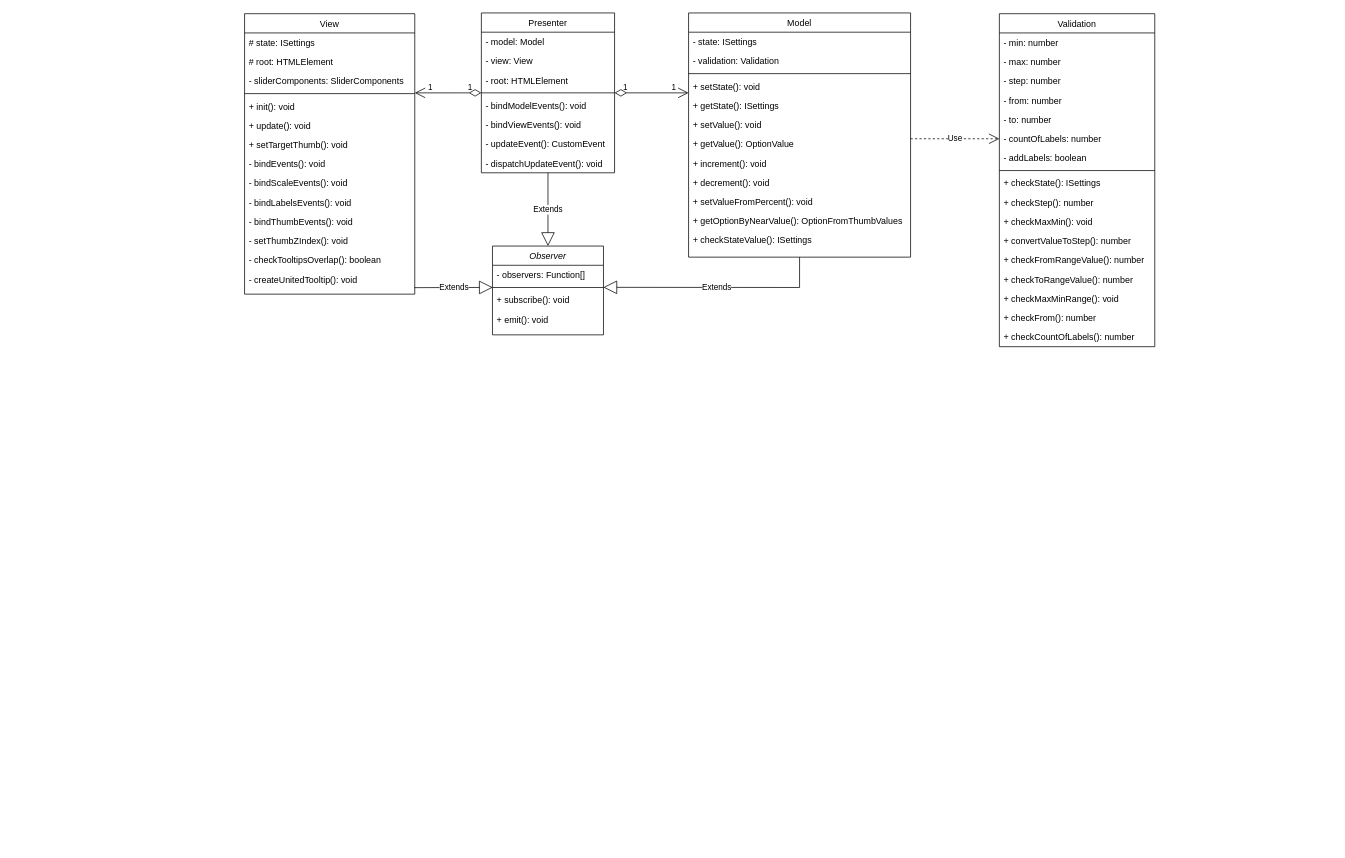
Earlier version of the draw.io diagram slider-plugin.drawio (anvyden/slider-plugin). Source tidied: cells renumbered, new cells numbered last; positions are measured from the earlier drawing's top-left corner, leaving out a move shared by most shapes. Both pictures are drawn from the tidied source at 74%, with x=0, y=0 at pixel (244, 13).
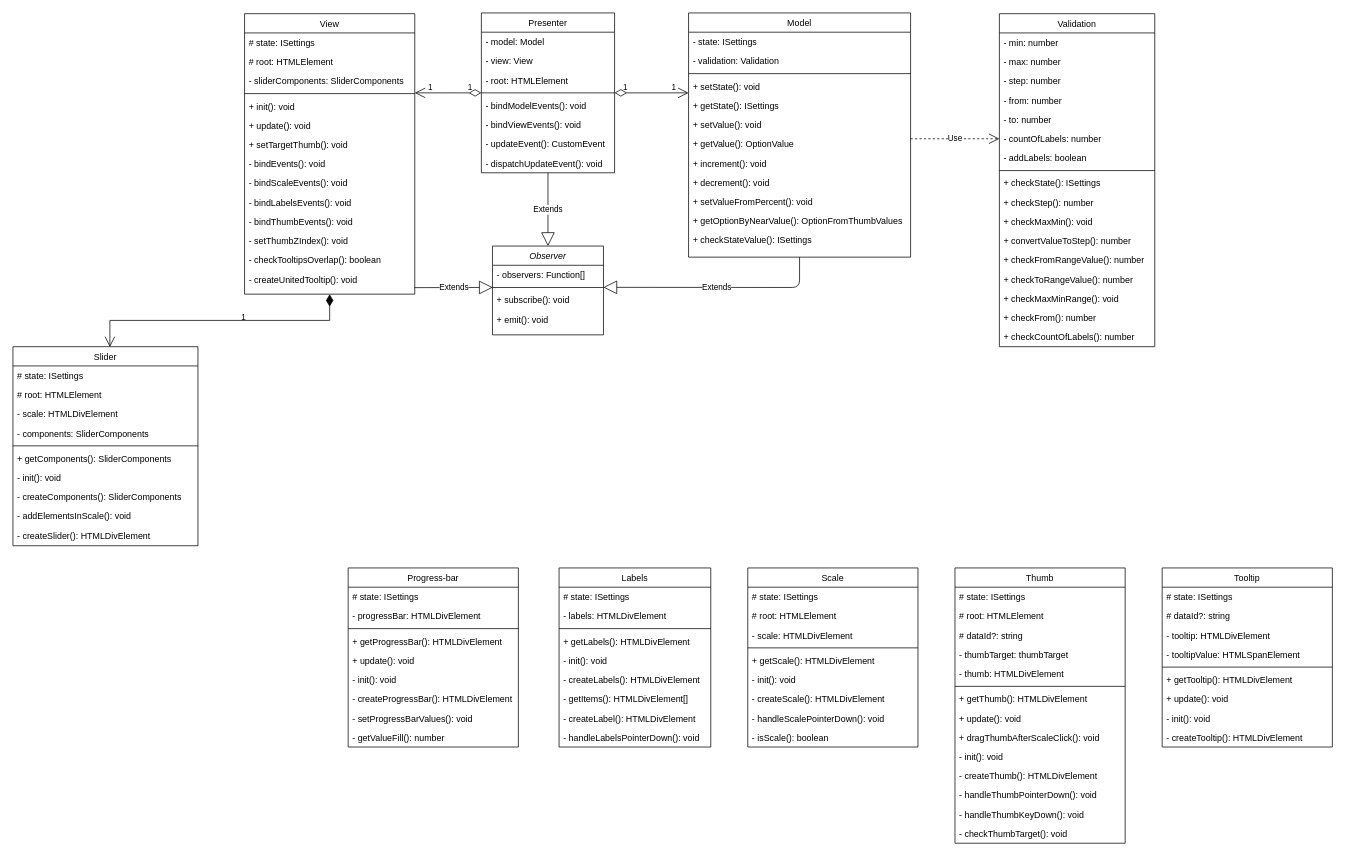
The same diagram, later.

Unchanged cells that the change refers to:
```xml
<mxCell id="13" style="line;html=1;strokeWidth=1;align=left;verticalAlign=middle;spacingTop=-1;spacingLeft=3;spacingRight=3;labelPosition=right;points=[];portConstraint=eastwest;" parent="11" vertex="1">
  <mxGeometry y="52" width="150" height="8" as="geometry" />
</mxCell>
<mxCell id="16" value="Model" style="swimlane;fontStyle=0;align=center;verticalAlign=top;horizontal=1;startSize=26;rounded=0;shadow=0;strokeWidth=1;" parent="1" vertex="1">
  <mxGeometry x="600" width="300" height="330" as="geometry" />
</mxCell>
<mxCell id="52" value="View" style="swimlane;fontStyle=0;align=center;verticalAlign=top;horizontal=1;startSize=26;rounded=0;shadow=0;strokeWidth=1;" parent="1" vertex="1">
  <mxGeometry y="1" width="230" height="379" as="geometry" />
</mxCell>
```

What changed in the source:
```diff
@@
-    <mxCell id="47" value="Extends" style="endArrow=block;endSize=16;endFill=0;html=1;rounded=0;exitX=0.5;exitY=1;exitDx=0;exitDy=0;entryX=0.999;entryY=0.475;entryDx=0;entryDy=0;entryPerimeter=0;" parent="1" edge="1" source="16" target="13">
+    <mxCell id="47" value="Extends" style="endArrow=block;endSize=16;endFill=0;html=1;rounded=1;exitX=0.5;exitY=1;exitDx=0;exitDy=0;entryX=0.999;entryY=0.475;entryDx=0;entryDy=0;entryPerimeter=0;" parent="1" edge="1" source="16" target="13">
       <mxGeometry relative="1" as="geometry">
         <Array as="points">
           <mxPoint x="750" y="371" />
         </Array>
       </mxGeometry>
     </mxCell>
@@
+    <mxCell id="70" value="Slider" style="swimlane;fontStyle=0;align=center;verticalAlign=top;horizontal=1;startSize=26;rounded=0;shadow=0;strokeWidth=1;" parent="1" vertex="1">
+      <mxGeometry x="-313" y="451" width="250" height="269" as="geometry" />
+    </mxCell>
+    <mxCell id="71" value="# state: ISettings" style="text;align=left;verticalAlign=top;spacingLeft=4;spacingRight=4;overflow=hidden;" parent="70" vertex="1">
+      <mxGeometry y="26" width="250" height="26" as="geometry" />
+    </mxCell>
+    <mxCell id="72" value="# root: HTMLElement" style="text;align=left;verticalAlign=top;spacingLeft=4;spacingRight=4;overflow=hidden;rounded=0;shadow=0;html=0;" parent="70" vertex="1">
+      <mxGeometry y="52" width="250" height="26" as="geometry" />
+    </mxCell>
+    <mxCell id="73" value="- scale: HTMLDivElement" style="text;align=left;verticalAlign=top;spacingLeft=4;spacingRight=4;overflow=hidden;rounded=0;shadow=0;html=0;" parent="70" vertex="1">
+      <mxGeometry y="78" width="250" height="26" as="geometry" />
+    </mxCell>
+    <mxCell id="74" value="- components: SliderComponents" style="text;align=left;verticalAlign=top;spacingLeft=4;spacingRight=4;overflow=hidden;rounded=0;shadow=0;html=0;" parent="70" vertex="1">
+      <mxGeometry y="104" width="250" height="26" as="geometry" />
+    </mxCell>
+    <mxCell id="75" style="line;html=1;strokeWidth=1;align=left;verticalAlign=middle;spacingTop=-1;spacingLeft=3;spacingRight=3;labelPosition=right;" parent="70" vertex="1">
+      <mxGeometry y="130" width="250" height="8" as="geometry" />
+    </mxCell>
+    <mxCell id="76" value="+ getComponents(): SliderComponents" style="text;align=left;verticalAlign=top;spacingLeft=4;spacingRight=4;overflow=hidden;" parent="70" vertex="1">
+      <mxGeometry y="138" width="250" height="26" as="geometry" />
+    </mxCell>
+    <mxCell id="77" value="- init(): void" style="text;align=left;verticalAlign=top;spacingLeft=4;spacingRight=4;overflow=hidden;" parent="70" vertex="1">
+      <mxGeometry y="164" width="250" height="26" as="geometry" />
+    </mxCell>
+    <mxCell id="78" value="- createComponents(): SliderComponents" style="text;align=left;verticalAlign=top;spacingLeft=4;spacingRight=4;overflow=hidden;" parent="70" vertex="1">
+      <mxGeometry y="190" width="250" height="26" as="geometry" />
+    </mxCell>
+    <mxCell id="79" value="- addElementsInScale(): void" style="text;align=left;verticalAlign=top;spacingLeft=4;spacingRight=4;overflow=hidden;" parent="70" vertex="1">
+      <mxGeometry y="216" width="250" height="26" as="geometry" />
+    </mxCell>
+    <mxCell id="80" value="- createSlider(): HTMLDivElement" style="text;align=left;verticalAlign=top;spacingLeft=4;spacingRight=4;overflow=hidden;" parent="70" vertex="1">
+      <mxGeometry y="242" width="250" height="26" as="geometry" />
+    </mxCell>
+    <mxCell id="81" value="1" style="endArrow=open;html=1;endSize=12;startArrow=diamondThin;startSize=14;startFill=1;edgeStyle=orthogonalEdgeStyle;align=left;verticalAlign=bottom;rounded=0;labelBackgroundColor=none;labelBorderColor=none;fontColor=default;exitX=0.5;exitY=1;exitDx=0;exitDy=0;entryX=0.524;entryY=0.002;entryDx=0;entryDy=0;entryPerimeter=0;" parent="1" edge="1" source="52" target="70">
+      <mxGeometry x="-0.15" y="5" relative="1" as="geometry" />
+    </mxCell>
+    <mxCell id="82" value="Labels" style="swimlane;fontStyle=0;align=center;verticalAlign=top;horizontal=1;startSize=26;rounded=0;shadow=0;strokeWidth=1;" parent="1" vertex="1">
+      <mxGeometry x="425" y="750" width="205" height="242" as="geometry" />
+    </mxCell>
+    <mxCell id="83" value="# state: ISettings" style="text;align=left;verticalAlign=top;spacingLeft=4;spacingRight=4;overflow=hidden;" parent="82" vertex="1">
+      <mxGeometry y="26" width="205" height="26" as="geometry" />
+    </mxCell>
+    <mxCell id="84" value="- labels: HTMLDivElement" style="text;align=left;verticalAlign=top;spacingLeft=4;spacingRight=4;overflow=hidden;rounded=0;shadow=0;html=0;" parent="82" vertex="1">
+      <mxGeometry y="52" width="205" height="26" as="geometry" />
+    </mxCell>
+    <mxCell id="85" style="line;html=1;strokeWidth=1;align=left;verticalAlign=middle;spacingTop=-1;spacingLeft=3;spacingRight=3;labelPosition=right;" parent="82" vertex="1">
+      <mxGeometry y="78" width="205" height="8" as="geometry" />
+    </mxCell>
+    <mxCell id="86" value="+ getLabels(): HTMLDivElement" style="text;align=left;verticalAlign=top;spacingLeft=4;spacingRight=4;overflow=hidden;" parent="82" vertex="1">
+      <mxGeometry y="86" width="205" height="26" as="geometry" />
+    </mxCell>
+    <mxCell id="87" value="- init(): void" style="text;align=left;verticalAlign=top;spacingLeft=4;spacingRight=4;overflow=hidden;" parent="82" vertex="1">
+      <mxGeometry y="112" width="205" height="26" as="geometry" />
+    </mxCell>
+    <mxCell id="88" value="- createLabels(): HTMLDivElement" style="text;align=left;verticalAlign=top;spacingLeft=4;spacingRight=4;overflow=hidden;" parent="82" vertex="1">
+      <mxGeometry y="138" width="205" height="26" as="geometry" />
+    </mxCell>
+    <mxCell id="89" value="- getItems(): HTMLDivElement[]" style="text;align=left;verticalAlign=top;spacingLeft=4;spacingRight=4;overflow=hidden;" parent="82" vertex="1">
+      <mxGeometry y="164" width="205" height="26" as="geometry" />
+    </mxCell>
+    <mxCell id="90" value="- createLabel(): HTMLDivElement" style="text;align=left;verticalAlign=top;spacingLeft=4;spacingRight=4;overflow=hidden;" parent="82" vertex="1">
+      <mxGeometry y="190" width="205" height="26" as="geometry" />
+    </mxCell>
+    <mxCell id="91" value="- handleLabelsPointerDown(): void" style="text;align=left;verticalAlign=top;spacingLeft=4;spacingRight=4;overflow=hidden;" parent="82" vertex="1">
+      <mxGeometry y="216" width="205" height="26" as="geometry" />
+    </mxCell>
+    <mxCell id="92" value="Progress-bar" style="swimlane;fontStyle=0;align=center;verticalAlign=top;horizontal=1;startSize=26;rounded=0;shadow=0;strokeWidth=1;" parent="1" vertex="1">
+      <mxGeometry x="140" y="750" width="230" height="242" as="geometry" />
+    </mxCell>
+    <mxCell id="93" value="# state: ISettings" style="text;align=left;verticalAlign=top;spacingLeft=4;spacingRight=4;overflow=hidden;" parent="92" vertex="1">
+      <mxGeometry y="26" width="230" height="26" as="geometry" />
+    </mxCell>
+    <mxCell id="94" value="- progressBar: HTMLDivElement" style="text;align=left;verticalAlign=top;spacingLeft=4;spacingRight=4;overflow=hidden;rounded=0;shadow=0;html=0;" parent="92" vertex="1">
+      <mxGeometry y="52" width="230" height="26" as="geometry" />
+    </mxCell>
+    <mxCell id="95" style="line;html=1;strokeWidth=1;align=left;verticalAlign=middle;spacingTop=-1;spacingLeft=3;spacingRight=3;labelPosition=right;" parent="92" vertex="1">
+      <mxGeometry y="78" width="230" height="8" as="geometry" />
+    </mxCell>
+    <mxCell id="96" value="+ getProgressBar(): HTMLDivElement" style="text;align=left;verticalAlign=top;spacingLeft=4;spacingRight=4;overflow=hidden;" parent="92" vertex="1">
+      <mxGeometry y="86" width="230" height="26" as="geometry" />
+    </mxCell>
+    <mxCell id="97" value="+ update(): void" style="text;align=left;verticalAlign=top;spacingLeft=4;spacingRight=4;overflow=hidden;" parent="92" vertex="1">
+      <mxGeometry y="112" width="230" height="26" as="geometry" />
+    </mxCell>
+    <mxCell id="98" value="- init(): void" style="text;align=left;verticalAlign=top;spacingLeft=4;spacingRight=4;overflow=hidden;" parent="92" vertex="1">
+      <mxGeometry y="138" width="230" height="26" as="geometry" />
+    </mxCell>
+    <mxCell id="99" value="- createProgressBar(): HTMLDivElement" style="text;align=left;verticalAlign=top;spacingLeft=4;spacingRight=4;overflow=hidden;" parent="92" vertex="1">
+      <mxGeometry y="164" width="230" height="26" as="geometry" />
+    </mxCell>
+    <mxCell id="100" value="- setProgressBarValues(): void" style="text;align=left;verticalAlign=top;spacingLeft=4;spacingRight=4;overflow=hidden;" parent="92" vertex="1">
+      <mxGeometry y="190" width="230" height="26" as="geometry" />
+    </mxCell>
+    <mxCell id="101" value="- getValueFill(): number" style="text;align=left;verticalAlign=top;spacingLeft=4;spacingRight=4;overflow=hidden;" parent="92" vertex="1">
+      <mxGeometry y="216" width="230" height="26" as="geometry" />
+    </mxCell>
+    <mxCell id="102" value="Scale" style="swimlane;fontStyle=0;align=center;verticalAlign=top;horizontal=1;startSize=26;rounded=0;shadow=0;strokeWidth=1;" parent="1" vertex="1">
+      <mxGeometry x="680" y="750" width="230" height="242" as="geometry" />
+    </mxCell>
+    <mxCell id="103" value="# state: ISettings" style="text;align=left;verticalAlign=top;spacingLeft=4;spacingRight=4;overflow=hidden;" parent="102" vertex="1">
+      <mxGeometry y="26" width="230" height="26" as="geometry" />
+    </mxCell>
+    <mxCell id="104" value="# root: HTMLElement" style="text;align=left;verticalAlign=top;spacingLeft=4;spacingRight=4;overflow=hidden;rounded=0;shadow=0;html=0;" parent="102" vertex="1">
+      <mxGeometry y="52" width="230" height="26" as="geometry" />
+    </mxCell>
+    <mxCell id="105" value="- scale: HTMLDivElement" style="text;align=left;verticalAlign=top;spacingLeft=4;spacingRight=4;overflow=hidden;rounded=0;shadow=0;html=0;" parent="102" vertex="1">
+      <mxGeometry y="78" width="230" height="26" as="geometry" />
+    </mxCell>
+    <mxCell id="106" style="line;html=1;strokeWidth=1;align=left;verticalAlign=middle;spacingTop=-1;spacingLeft=3;spacingRight=3;labelPosition=right;" parent="102" vertex="1">
+      <mxGeometry y="104" width="230" height="8" as="geometry" />
+    </mxCell>
+    <mxCell id="107" value="+ getScale(): HTMLDivElement" style="text;align=left;verticalAlign=top;spacingLeft=4;spacingRight=4;overflow=hidden;" parent="102" vertex="1">
+      <mxGeometry y="112" width="230" height="26" as="geometry" />
+    </mxCell>
+    <mxCell id="108" value="- init(): void" style="text;align=left;verticalAlign=top;spacingLeft=4;spacingRight=4;overflow=hidden;" parent="102" vertex="1">
+      <mxGeometry y="138" width="230" height="26" as="geometry" />
+    </mxCell>
+    <mxCell id="109" value="- createScale(): HTMLDivElement" style="text;align=left;verticalAlign=top;spacingLeft=4;spacingRight=4;overflow=hidden;" parent="102" vertex="1">
+      <mxGeometry y="164" width="230" height="26" as="geometry" />
+    </mxCell>
+    <mxCell id="110" value="- handleScalePointerDown(): void" style="text;align=left;verticalAlign=top;spacingLeft=4;spacingRight=4;overflow=hidden;" parent="102" vertex="1">
+      <mxGeometry y="190" width="230" height="26" as="geometry" />
+    </mxCell>
+    <mxCell id="111" value="- isScale(): boolean" style="text;align=left;verticalAlign=top;spacingLeft=4;spacingRight=4;overflow=hidden;" parent="102" vertex="1">
+      <mxGeometry y="216" width="230" height="26" as="geometry" />
+    </mxCell>
+    <mxCell id="112" value="Thumb" style="swimlane;fontStyle=0;align=center;verticalAlign=top;horizontal=1;startSize=26;rounded=0;shadow=0;strokeWidth=1;" parent="1" vertex="1">
+      <mxGeometry x="960" y="750" width="230" height="372" as="geometry" />
+    </mxCell>
+    <mxCell id="113" value="# state: ISettings" style="text;align=left;verticalAlign=top;spacingLeft=4;spacingRight=4;overflow=hidden;" parent="112" vertex="1">
+      <mxGeometry y="26" width="230" height="26" as="geometry" />
+    </mxCell>
+    <mxCell id="114" value="# root: HTMLElement" style="text;align=left;verticalAlign=top;spacingLeft=4;spacingRight=4;overflow=hidden;rounded=0;shadow=0;html=0;" parent="112" vertex="1">
+      <mxGeometry y="52" width="230" height="26" as="geometry" />
+    </mxCell>
+    <mxCell id="115" value="# dataId?: string" style="text;align=left;verticalAlign=top;spacingLeft=4;spacingRight=4;overflow=hidden;rounded=0;shadow=0;html=0;" parent="112" vertex="1">
+      <mxGeometry y="78" width="230" height="26" as="geometry" />
+    </mxCell>
+    <mxCell id="116" value="- thumbTarget: thumbTarget" style="text;align=left;verticalAlign=top;spacingLeft=4;spacingRight=4;overflow=hidden;rounded=0;shadow=0;html=0;" parent="112" vertex="1">
+      <mxGeometry y="104" width="230" height="26" as="geometry" />
+    </mxCell>
+    <mxCell id="117" value="- thumb: HTMLDivElement" style="text;align=left;verticalAlign=top;spacingLeft=4;spacingRight=4;overflow=hidden;rounded=0;shadow=0;html=0;" parent="112" vertex="1">
+      <mxGeometry y="130" width="230" height="26" as="geometry" />
+    </mxCell>
+    <mxCell id="118" style="line;html=1;strokeWidth=1;align=left;verticalAlign=middle;spacingTop=-1;spacingLeft=3;spacingRight=3;labelPosition=right;" parent="112" vertex="1">
+      <mxGeometry y="156" width="230" height="8" as="geometry" />
+    </mxCell>
+    <mxCell id="119" value="+ getThumb(): HTMLDivElement" style="text;align=left;verticalAlign=top;spacingLeft=4;spacingRight=4;overflow=hidden;" parent="112" vertex="1">
+      <mxGeometry y="164" width="230" height="26" as="geometry" />
+    </mxCell>
+    <mxCell id="120" value="+ update(): void" style="text;align=left;verticalAlign=top;spacingLeft=4;spacingRight=4;overflow=hidden;" parent="112" vertex="1">
+      <mxGeometry y="190" width="230" height="26" as="geometry" />
+    </mxCell>
+    <mxCell id="121" value="+ dragThumbAfterScaleClick(): void" style="text;align=left;verticalAlign=top;spacingLeft=4;spacingRight=4;overflow=hidden;" parent="112" vertex="1">
+      <mxGeometry y="216" width="230" height="26" as="geometry" />
+    </mxCell>
+    <mxCell id="122" value="- init(): void" style="text;align=left;verticalAlign=top;spacingLeft=4;spacingRight=4;overflow=hidden;" parent="112" vertex="1">
+      <mxGeometry y="242" width="230" height="26" as="geometry" />
+    </mxCell>
+    <mxCell id="123" value="- createThumb(): HTMLDivElement" style="text;align=left;verticalAlign=top;spacingLeft=4;spacingRight=4;overflow=hidden;" parent="112" vertex="1">
+      <mxGeometry y="268" width="230" height="26" as="geometry" />
+    </mxCell>
+    <mxCell id="124" value="- handleThumbPointerDown(): void" style="text;align=left;verticalAlign=top;spacingLeft=4;spacingRight=4;overflow=hidden;" parent="112" vertex="1">
+      <mxGeometry y="294" width="230" height="26" as="geometry" />
+    </mxCell>
+    <mxCell id="125" value="- handleThumbKeyDown(): void" style="text;align=left;verticalAlign=top;spacingLeft=4;spacingRight=4;overflow=hidden;" parent="112" vertex="1">
+      <mxGeometry y="320" width="230" height="26" as="geometry" />
+    </mxCell>
+    <mxCell id="126" value="- checkThumbTarget(): void" style="text;align=left;verticalAlign=top;spacingLeft=4;spacingRight=4;overflow=hidden;" parent="112" vertex="1">
+      <mxGeometry y="346" width="230" height="26" as="geometry" />
+    </mxCell>
+    <mxCell id="127" value="Tooltip" style="swimlane;fontStyle=0;align=center;verticalAlign=top;horizontal=1;startSize=26;rounded=0;shadow=0;strokeWidth=1;" parent="1" vertex="1">
+      <mxGeometry x="1240" y="750" width="230" height="242" as="geometry" />
+    </mxCell>
+    <mxCell id="128" value="# state: ISettings" style="text;align=left;verticalAlign=top;spacingLeft=4;spacingRight=4;overflow=hidden;" parent="127" vertex="1">
+      <mxGeometry y="26" width="230" height="26" as="geometry" />
+    </mxCell>
+    <mxCell id="129" value="# dataId?: string" style="text;align=left;verticalAlign=top;spacingLeft=4;spacingRight=4;overflow=hidden;rounded=0;shadow=0;html=0;" parent="127" vertex="1">
+      <mxGeometry y="52" width="230" height="26" as="geometry" />
+    </mxCell>
+    <mxCell id="130" value="- tooltip: HTMLDivElement" style="text;align=left;verticalAlign=top;spacingLeft=4;spacingRight=4;overflow=hidden;rounded=0;shadow=0;html=0;" parent="127" vertex="1">
+      <mxGeometry y="78" width="230" height="26" as="geometry" />
+    </mxCell>
+    <mxCell id="131" value="- tooltipValue: HTMLSpanElement" style="text;align=left;verticalAlign=top;spacingLeft=4;spacingRight=4;overflow=hidden;rounded=0;shadow=0;html=0;" parent="127" vertex="1">
+      <mxGeometry y="104" width="230" height="26" as="geometry" />
+    </mxCell>
+    <mxCell id="132" style="line;html=1;strokeWidth=1;align=left;verticalAlign=middle;spacingTop=-1;spacingLeft=3;spacingRight=3;labelPosition=right;" parent="127" vertex="1">
+      <mxGeometry y="130" width="230" height="8" as="geometry" />
+    </mxCell>
+    <mxCell id="133" value="+ getTooltip(): HTMLDivElement" style="text;align=left;verticalAlign=top;spacingLeft=4;spacingRight=4;overflow=hidden;" parent="127" vertex="1">
+      <mxGeometry y="138" width="230" height="26" as="geometry" />
+    </mxCell>
+    <mxCell id="134" value="+ update(): void" style="text;align=left;verticalAlign=top;spacingLeft=4;spacingRight=4;overflow=hidden;" parent="127" vertex="1">
+      <mxGeometry y="164" width="230" height="26" as="geometry" />
+    </mxCell>
+    <mxCell id="135" value="- init(): void" style="text;align=left;verticalAlign=top;spacingLeft=4;spacingRight=4;overflow=hidden;" parent="127" vertex="1">
+      <mxGeometry y="190" width="230" height="26" as="geometry" />
+    </mxCell>
+    <mxCell id="136" value="- createTooltip(): HTMLDivElement" style="text;align=left;verticalAlign=top;spacingLeft=4;spacingRight=4;overflow=hidden;" parent="127" vertex="1">
+      <mxGeometry y="216" width="230" height="26" as="geometry" />
+    </mxCell>
```
